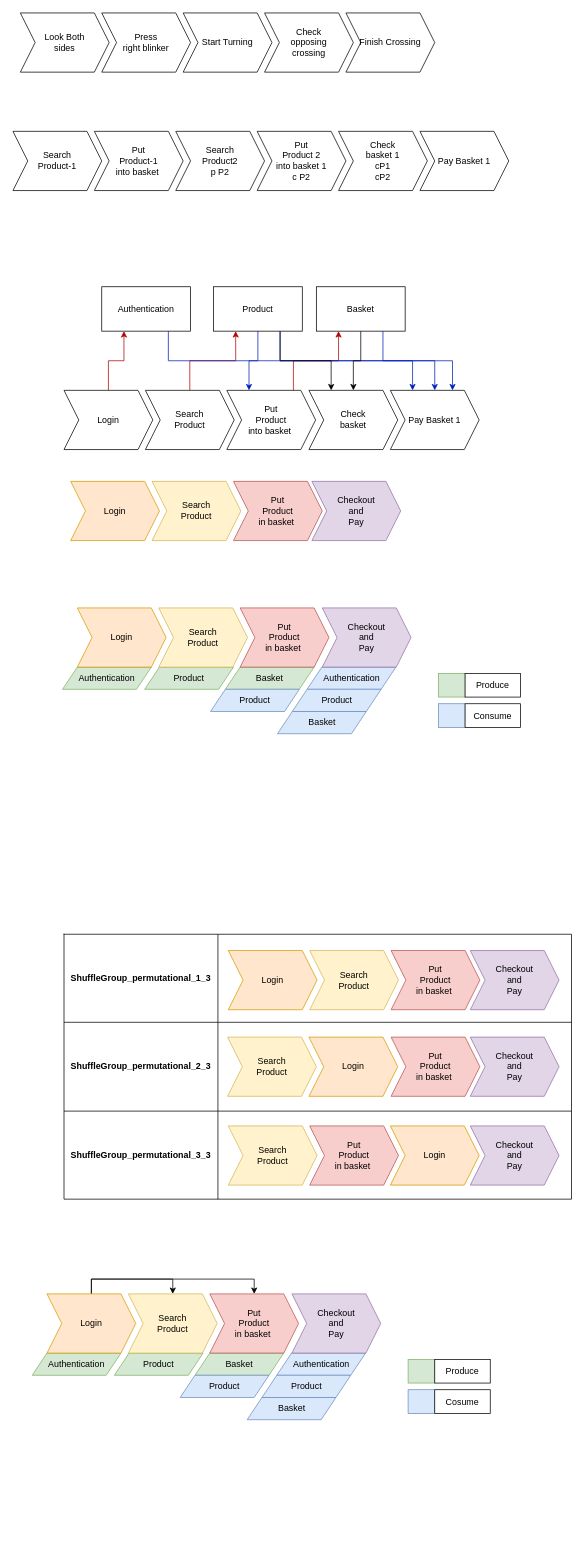
Above: page "PermutationsInAction" (16 of 16) of diagrams/PhasedDiagrams.drawio in adobe/phased-testing (draw.io), before the change. Source tidied: cells renumbered, new cells numbered last; positions are measured from the earlier drawing's top-left corner, leaving out a move shared by most shapes. Both pictures are drawn from the tidied source at 74%, with x=0, y=0 at pixel (13, 13).
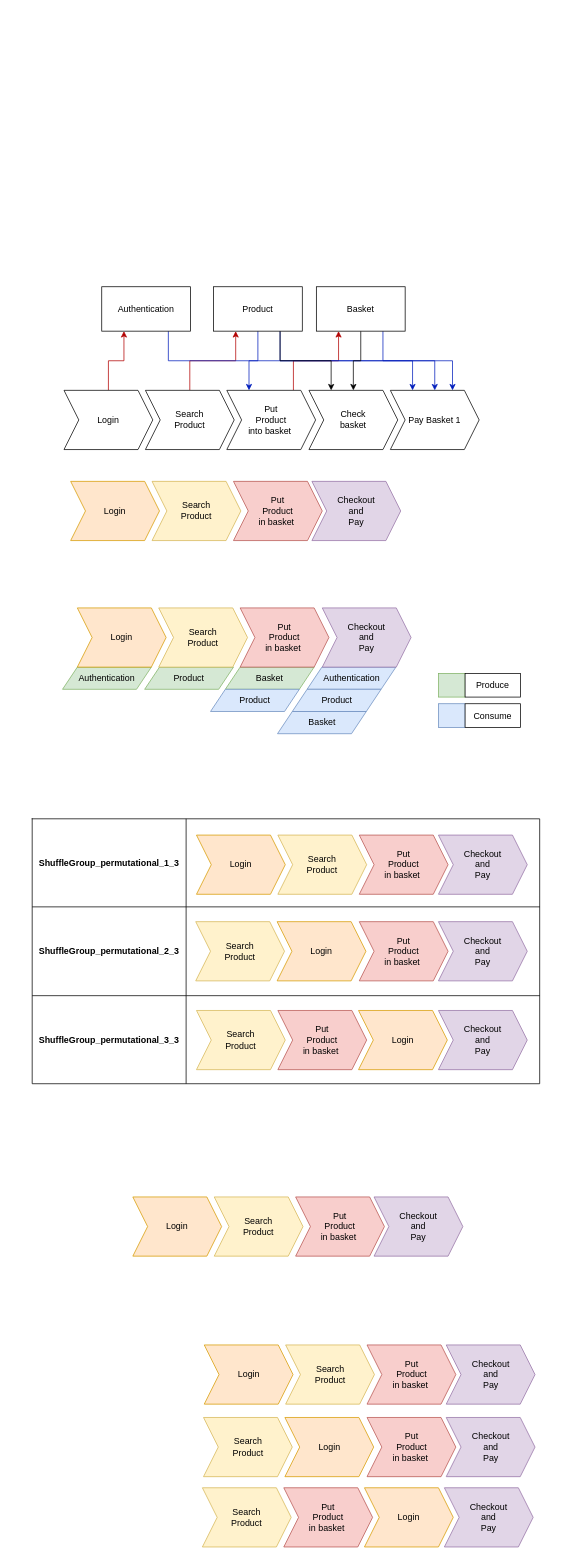
The same diagram, later.

What changed in the source:
```diff
@@
     <mxCell id="2" style="shape=table;html=1;whiteSpace=wrap;startSize=0;childLayout=tableLayout;" parent="1" vertex="1">
-      <mxGeometry x="69" y="1245" width="685.8" height="358" as="geometry" />
+      <mxGeometry x="26" y="1089" width="685.8" height="358" as="geometry" />
     </mxCell>
@@
-    <mxCell id="12" value="Look Both &lt;br&gt;sides" style="shape=step;perimeter=stepPerimeter;whiteSpace=wrap;html=1;fixedSize=1;" parent="1" vertex="1">
-      <mxGeometry x="10" width="120" height="80" as="geometry" />
-    </mxCell>
-    <mxCell id="13" value="Press &lt;br&gt;right blinker" style="shape=step;perimeter=stepPerimeter;whiteSpace=wrap;html=1;fixedSize=1;" parent="1" vertex="1">
-      <mxGeometry x="120" width="120" height="80" as="geometry" />
-    </mxCell>
-    <mxCell id="14" value="Start Turning" style="shape=step;perimeter=stepPerimeter;whiteSpace=wrap;html=1;fixedSize=1;" parent="1" vertex="1">
-      <mxGeometry x="230" width="120" height="80" as="geometry" />
-    </mxCell>
-    <mxCell id="15" value="Check &lt;br&gt;opposing &lt;br&gt;crossing" style="shape=step;perimeter=stepPerimeter;whiteSpace=wrap;html=1;fixedSize=1;" parent="1" vertex="1">
-      <mxGeometry x="340" width="120" height="80" as="geometry" />
-    </mxCell>
-    <mxCell id="16" value="Finish Crossing" style="shape=step;perimeter=stepPerimeter;whiteSpace=wrap;html=1;fixedSize=1;" parent="1" vertex="1">
-      <mxGeometry x="450" width="120" height="80" as="geometry" />
-    </mxCell>
-    <mxCell id="17" value="Search &lt;br&gt;Product-1" style="shape=step;perimeter=stepPerimeter;whiteSpace=wrap;html=1;fixedSize=1;" parent="1" vertex="1">
-      <mxGeometry y="160" width="120" height="80" as="geometry" />
-    </mxCell>
-    <mxCell id="18" value="Put &lt;br&gt;Product-1 &lt;br&gt;into&amp;nbsp;basket&amp;nbsp;" style="shape=step;perimeter=stepPerimeter;whiteSpace=wrap;html=1;fixedSize=1;" parent="1" vertex="1">
-      <mxGeometry x="110" y="160" width="120" height="80" as="geometry" />
-    </mxCell>
-    <mxCell id="19" value="Search &lt;br&gt;Product2&lt;br&gt;p P2" style="shape=step;perimeter=stepPerimeter;whiteSpace=wrap;html=1;fixedSize=1;" parent="1" vertex="1">
-      <mxGeometry x="220" y="160" width="120" height="80" as="geometry" />
-    </mxCell>
-    <mxCell id="20" value="Put &lt;br&gt;Product 2&lt;br&gt;into&amp;nbsp;basket 1&lt;br&gt;c P2" style="shape=step;perimeter=stepPerimeter;whiteSpace=wrap;html=1;fixedSize=1;" parent="1" vertex="1">
-      <mxGeometry x="330" y="160" width="120" height="80" as="geometry" />
-    </mxCell>
-    <mxCell id="21" value="Check &lt;br&gt;basket 1&lt;br&gt;cP1&lt;br&gt;cP2" style="shape=step;perimeter=stepPerimeter;whiteSpace=wrap;html=1;fixedSize=1;" parent="1" vertex="1">
-      <mxGeometry x="440" y="160" width="120" height="80" as="geometry" />
-    </mxCell>
-    <mxCell id="22" value="Pay Basket 1" style="shape=step;perimeter=stepPerimeter;whiteSpace=wrap;html=1;fixedSize=1;" parent="1" vertex="1">
-      <mxGeometry x="550" y="160" width="120" height="80" as="geometry" />
-    </mxCell>
@@
     <mxCell id="51" value="Login" style="shape=step;perimeter=stepPerimeter;whiteSpace=wrap;html=1;fixedSize=1;fillColor=#ffe6cc;strokeColor=#d79b00;" parent="1" vertex="1">
-      <mxGeometry x="291" y="1267" width="120" height="80" as="geometry" />
+      <mxGeometry x="248" y="1111" width="120" height="80" as="geometry" />
     </mxCell>
     <mxCell id="52" value="Put &lt;br&gt;Product&lt;br&gt;in basket&amp;nbsp;" style="shape=step;perimeter=stepPerimeter;whiteSpace=wrap;html=1;fixedSize=1;fillColor=#f8cecc;strokeColor=#b85450;" parent="1" vertex="1">
-      <mxGeometry x="511" y="1267" width="120" height="80" as="geometry" />
+      <mxGeometry x="468" y="1111" width="120" height="80" as="geometry" />
     </mxCell>
     <mxCell id="53" value="Checkout &lt;br&gt;and &lt;br&gt;Pay" style="shape=step;perimeter=stepPerimeter;whiteSpace=wrap;html=1;fixedSize=1;fillColor=#e1d5e7;strokeColor=#9673a6;" parent="1" vertex="1">
-      <mxGeometry x="618" y="1267" width="120" height="80" as="geometry" />
+      <mxGeometry x="575" y="1111" width="120" height="80" as="geometry" />
     </mxCell>
     <mxCell id="54" value="Search &lt;br&gt;Product" style="shape=step;perimeter=stepPerimeter;whiteSpace=wrap;html=1;fixedSize=1;fillColor=#fff2cc;strokeColor=#d6b656;" parent="1" vertex="1">
-      <mxGeometry x="401" y="1267" width="120" height="80" as="geometry" />
+      <mxGeometry x="358" y="1111" width="120" height="80" as="geometry" />
     </mxCell>
     <mxCell id="55" value="Login" style="shape=step;perimeter=stepPerimeter;whiteSpace=wrap;html=1;fixedSize=1;fillColor=#ffe6cc;strokeColor=#d79b00;" parent="1" vertex="1">
-      <mxGeometry x="400" y="1384" width="120" height="80" as="geometry" />
+      <mxGeometry x="357" y="1228" width="120" height="80" as="geometry" />
     </mxCell>
     <mxCell id="56" value="Put &lt;br&gt;Product&lt;br&gt;in basket&amp;nbsp;" style="shape=step;perimeter=stepPerimeter;whiteSpace=wrap;html=1;fixedSize=1;fillColor=#f8cecc;strokeColor=#b85450;" parent="1" vertex="1">
-      <mxGeometry x="511" y="1384" width="120" height="80" as="geometry" />
+      <mxGeometry x="468" y="1228" width="120" height="80" as="geometry" />
     </mxCell>
     <mxCell id="57" value="Checkout &lt;br&gt;and &lt;br&gt;Pay" style="shape=step;perimeter=stepPerimeter;whiteSpace=wrap;html=1;fixedSize=1;fillColor=#e1d5e7;strokeColor=#9673a6;" parent="1" vertex="1">
-      <mxGeometry x="618" y="1384" width="120" height="80" as="geometry" />
+      <mxGeometry x="575" y="1228" width="120" height="80" as="geometry" />
     </mxCell>
     <mxCell id="58" value="Search &lt;br&gt;Product" style="shape=step;perimeter=stepPerimeter;whiteSpace=wrap;html=1;fixedSize=1;fillColor=#fff2cc;strokeColor=#d6b656;" parent="1" vertex="1">
-      <mxGeometry x="290" y="1384" width="120" height="80" as="geometry" />
+      <mxGeometry x="247" y="1228" width="120" height="80" as="geometry" />
     </mxCell>
     <mxCell id="59" value="Checkout &lt;br&gt;and &lt;br&gt;Pay" style="shape=step;perimeter=stepPerimeter;whiteSpace=wrap;html=1;fixedSize=1;fillColor=#e1d5e7;strokeColor=#9673a6;" parent="1" vertex="1">
-      <mxGeometry x="618" y="1504" width="120" height="80" as="geometry" />
+      <mxGeometry x="575" y="1348" width="120" height="80" as="geometry" />
     </mxCell>
     <mxCell id="60" value="Put &lt;br&gt;Product&lt;br&gt;in basket&amp;nbsp;" style="shape=step;perimeter=stepPerimeter;whiteSpace=wrap;html=1;fixedSize=1;fillColor=#f8cecc;strokeColor=#b85450;" parent="1" vertex="1">
-      <mxGeometry x="401" y="1504" width="120" height="80" as="geometry" />
+      <mxGeometry x="358" y="1348" width="120" height="80" as="geometry" />
     </mxCell>
     <mxCell id="61" value="Search &lt;br&gt;Product" style="shape=step;perimeter=stepPerimeter;whiteSpace=wrap;html=1;fixedSize=1;fillColor=#fff2cc;strokeColor=#d6b656;" parent="1" vertex="1">
-      <mxGeometry x="291" y="1504" width="120" height="80" as="geometry" />
+      <mxGeometry x="248" y="1348" width="120" height="80" as="geometry" />
     </mxCell>
     <mxCell id="62" value="Login" style="shape=step;perimeter=stepPerimeter;whiteSpace=wrap;html=1;fixedSize=1;fillColor=#ffe6cc;strokeColor=#d79b00;" parent="1" vertex="1">
-      <mxGeometry x="510" y="1504" width="120" height="80" as="geometry" />
+      <mxGeometry x="467" y="1348" width="120" height="80" as="geometry" />
     </mxCell>
@@
-    <mxCell id="71" value="Authentication" style="shape=parallelogram;perimeter=parallelogramPerimeter;whiteSpace=wrap;html=1;fixedSize=1;fillColor=#d5e8d4;strokeColor=#82b366;" parent="1" vertex="1">
-      <mxGeometry x="26" y="1811" width="120" height="30" as="geometry" />
-    </mxCell>
-    <mxCell id="72" value="Product" style="shape=parallelogram;perimeter=parallelogramPerimeter;whiteSpace=wrap;html=1;fixedSize=1;fillColor=#d5e8d4;strokeColor=#82b366;" parent="1" vertex="1">
-      <mxGeometry x="137" y="1811" width="120" height="30" as="geometry" />
-    </mxCell>
-    <mxCell id="73" value="Basket" style="shape=parallelogram;perimeter=parallelogramPerimeter;whiteSpace=wrap;html=1;fixedSize=1;fillColor=#d5e8d4;strokeColor=#82b366;" parent="1" vertex="1">
-      <mxGeometry x="246" y="1811" width="120" height="30" as="geometry" />
-    </mxCell>
-    <mxCell id="74" value="Authentication" style="shape=parallelogram;perimeter=parallelogramPerimeter;whiteSpace=wrap;html=1;fixedSize=1;fillColor=#dae8fc;strokeColor=#6c8ebf;" parent="1" vertex="1">
-      <mxGeometry x="356.5" y="1811" width="120" height="30" as="geometry" />
-    </mxCell>
-    <mxCell id="75" value="Product" style="shape=parallelogram;perimeter=parallelogramPerimeter;whiteSpace=wrap;html=1;fixedSize=1;fillColor=#dae8fc;strokeColor=#6c8ebf;" parent="1" vertex="1">
-      <mxGeometry x="226" y="1841" width="120" height="30" as="geometry" />
-    </mxCell>
-    <mxCell id="76" value="Product" style="shape=parallelogram;perimeter=parallelogramPerimeter;whiteSpace=wrap;html=1;fixedSize=1;fillColor=#dae8fc;strokeColor=#6c8ebf;" parent="1" vertex="1">
-      <mxGeometry x="336.5" y="1841" width="120" height="30" as="geometry" />
-    </mxCell>
-    <mxCell id="77" value="Basket" style="shape=parallelogram;perimeter=parallelogramPerimeter;whiteSpace=wrap;html=1;fixedSize=1;fillColor=#dae8fc;strokeColor=#6c8ebf;" parent="1" vertex="1">
-      <mxGeometry x="316.5" y="1871" width="120" height="30" as="geometry" />
-    </mxCell>
-    <mxCell id="78" style="rounded=0;whiteSpace=wrap;html=1;fillColor=#d5e8d4;strokeColor=#82b366;" parent="1" vertex="1">
-      <mxGeometry x="534" y="1819.5" width="36" height="32" as="geometry" />
-    </mxCell>
-    <mxCell id="79" value="Produce" style="rounded=0;whiteSpace=wrap;html=1;" parent="1" vertex="1">
-      <mxGeometry x="570" y="1819.5" width="75" height="32" as="geometry" />
-    </mxCell>
-    <mxCell id="80" style="rounded=0;whiteSpace=wrap;html=1;fillColor=#dae8fc;strokeColor=#6c8ebf;" parent="1" vertex="1">
-      <mxGeometry x="534" y="1860.5" width="36" height="32" as="geometry" />
-    </mxCell>
-    <mxCell id="81" value="Cosume" style="rounded=0;whiteSpace=wrap;html=1;" parent="1" vertex="1">
-      <mxGeometry x="570" y="1860.5" width="75" height="32" as="geometry" />
-    </mxCell>
-    <mxCell id="82" style="edgeStyle=orthogonalEdgeStyle;rounded=0;jettySize=auto;html=1;exitX=0.5;exitY=0;exitDx=0;exitDy=0;entryX=0.5;entryY=0;entryDx=0;entryDy=0;" parent="1" edge="1" source="84" target="87">
-      <mxGeometry relative="1" as="geometry" />
-    </mxCell>
-    <mxCell id="83" style="edgeStyle=orthogonalEdgeStyle;rounded=0;jettySize=auto;html=1;exitX=0.5;exitY=0;exitDx=0;exitDy=0;entryX=0.5;entryY=0;entryDx=0;entryDy=0;" parent="1" edge="1" source="84" target="85">
-      <mxGeometry relative="1" as="geometry" />
-    </mxCell>
-    <mxCell id="84" value="Login" style="shape=step;perimeter=stepPerimeter;whiteSpace=wrap;html=1;fixedSize=1;fillColor=#ffe6cc;strokeColor=#d79b00;" parent="1" vertex="1">
-      <mxGeometry x="46" y="1731" width="120" height="80" as="geometry" />
-    </mxCell>
-    <mxCell id="85" value="Put &lt;br&gt;Product&lt;br&gt;in basket&amp;nbsp;" style="shape=step;perimeter=stepPerimeter;whiteSpace=wrap;html=1;fixedSize=1;fillColor=#f8cecc;strokeColor=#b85450;" parent="1" vertex="1">
-      <mxGeometry x="266" y="1731" width="120" height="80" as="geometry" />
-    </mxCell>
-    <mxCell id="86" value="Checkout &lt;br&gt;and &lt;br&gt;Pay" style="shape=step;perimeter=stepPerimeter;whiteSpace=wrap;html=1;fixedSize=1;fillColor=#e1d5e7;strokeColor=#9673a6;" parent="1" vertex="1">
-      <mxGeometry x="377" y="1731" width="120" height="80" as="geometry" />
-    </mxCell>
-    <mxCell id="87" value="Search &lt;br&gt;Product" style="shape=step;perimeter=stepPerimeter;whiteSpace=wrap;html=1;fixedSize=1;fillColor=#fff2cc;strokeColor=#d6b656;" parent="1" vertex="1">
-      <mxGeometry x="156" y="1731" width="120" height="80" as="geometry" />
-    </mxCell>
+    <mxCell id="88" value="Login" style="shape=step;perimeter=stepPerimeter;whiteSpace=wrap;html=1;fixedSize=1;fillColor=#ffe6cc;strokeColor=#d79b00;" parent="1" vertex="1">
+      <mxGeometry x="162" y="1600" width="120" height="80" as="geometry" />
+    </mxCell>
+    <mxCell id="89" value="Put &lt;br&gt;Product&lt;br&gt;in basket&amp;nbsp;" style="shape=step;perimeter=stepPerimeter;whiteSpace=wrap;html=1;fixedSize=1;fillColor=#f8cecc;strokeColor=#b85450;" parent="1" vertex="1">
+      <mxGeometry x="382" y="1600" width="120" height="80" as="geometry" />
+    </mxCell>
+    <mxCell id="90" value="Checkout &lt;br&gt;and &lt;br&gt;Pay" style="shape=step;perimeter=stepPerimeter;whiteSpace=wrap;html=1;fixedSize=1;fillColor=#e1d5e7;strokeColor=#9673a6;" parent="1" vertex="1">
+      <mxGeometry x="488" y="1600" width="120" height="80" as="geometry" />
+    </mxCell>
+    <mxCell id="91" value="Search &lt;br&gt;Product" style="shape=step;perimeter=stepPerimeter;whiteSpace=wrap;html=1;fixedSize=1;fillColor=#fff2cc;strokeColor=#d6b656;" parent="1" vertex="1">
+      <mxGeometry x="272" y="1600" width="120" height="80" as="geometry" />
+    </mxCell>
+    <mxCell id="92" value="Login" style="shape=step;perimeter=stepPerimeter;whiteSpace=wrap;html=1;fixedSize=1;fillColor=#ffe6cc;strokeColor=#d79b00;" parent="1" vertex="1">
+      <mxGeometry x="258.5" y="1800" width="120" height="80" as="geometry" />
+    </mxCell>
+    <mxCell id="93" value="Put &lt;br&gt;Product&lt;br&gt;in basket&amp;nbsp;" style="shape=step;perimeter=stepPerimeter;whiteSpace=wrap;html=1;fixedSize=1;fillColor=#f8cecc;strokeColor=#b85450;" parent="1" vertex="1">
+      <mxGeometry x="478.5" y="1800" width="120" height="80" as="geometry" />
+    </mxCell>
+    <mxCell id="94" value="Checkout &lt;br&gt;and &lt;br&gt;Pay" style="shape=step;perimeter=stepPerimeter;whiteSpace=wrap;html=1;fixedSize=1;fillColor=#e1d5e7;strokeColor=#9673a6;" parent="1" vertex="1">
+      <mxGeometry x="585.5" y="1800" width="120" height="80" as="geometry" />
+    </mxCell>
+    <mxCell id="95" value="Search &lt;br&gt;Product" style="shape=step;perimeter=stepPerimeter;whiteSpace=wrap;html=1;fixedSize=1;fillColor=#fff2cc;strokeColor=#d6b656;" parent="1" vertex="1">
+      <mxGeometry x="368.5" y="1800" width="120" height="80" as="geometry" />
+    </mxCell>
+    <mxCell id="96" value="Login" style="shape=step;perimeter=stepPerimeter;whiteSpace=wrap;html=1;fixedSize=1;fillColor=#ffe6cc;strokeColor=#d79b00;" parent="1" vertex="1">
+      <mxGeometry x="367.5" y="1898" width="120" height="80" as="geometry" />
+    </mxCell>
+    <mxCell id="97" value="Put &lt;br&gt;Product&lt;br&gt;in basket&amp;nbsp;" style="shape=step;perimeter=stepPerimeter;whiteSpace=wrap;html=1;fixedSize=1;fillColor=#f8cecc;strokeColor=#b85450;" parent="1" vertex="1">
+      <mxGeometry x="478.5" y="1898" width="120" height="80" as="geometry" />
+    </mxCell>
+    <mxCell id="98" value="Checkout &lt;br&gt;and &lt;br&gt;Pay" style="shape=step;perimeter=stepPerimeter;whiteSpace=wrap;html=1;fixedSize=1;fillColor=#e1d5e7;strokeColor=#9673a6;" parent="1" vertex="1">
+      <mxGeometry x="585.5" y="1898" width="120" height="80" as="geometry" />
+    </mxCell>
+    <mxCell id="99" value="Search &lt;br&gt;Product" style="shape=step;perimeter=stepPerimeter;whiteSpace=wrap;html=1;fixedSize=1;fillColor=#fff2cc;strokeColor=#d6b656;" parent="1" vertex="1">
+      <mxGeometry x="257.5" y="1898" width="120" height="80" as="geometry" />
+    </mxCell>
+    <mxCell id="100" value="Checkout &lt;br&gt;and &lt;br&gt;Pay" style="shape=step;perimeter=stepPerimeter;whiteSpace=wrap;html=1;fixedSize=1;fillColor=#e1d5e7;strokeColor=#9673a6;" parent="1" vertex="1">
+      <mxGeometry x="583" y="1993" width="120" height="80" as="geometry" />
+    </mxCell>
+    <mxCell id="101" value="Put &lt;br&gt;Product&lt;br&gt;in basket&amp;nbsp;" style="shape=step;perimeter=stepPerimeter;whiteSpace=wrap;html=1;fixedSize=1;fillColor=#f8cecc;strokeColor=#b85450;" parent="1" vertex="1">
+      <mxGeometry x="366" y="1993" width="120" height="80" as="geometry" />
+    </mxCell>
+    <mxCell id="102" value="Search &lt;br&gt;Product" style="shape=step;perimeter=stepPerimeter;whiteSpace=wrap;html=1;fixedSize=1;fillColor=#fff2cc;strokeColor=#d6b656;" parent="1" vertex="1">
+      <mxGeometry x="256" y="1993" width="120" height="80" as="geometry" />
+    </mxCell>
+    <mxCell id="103" value="Login" style="shape=step;perimeter=stepPerimeter;whiteSpace=wrap;html=1;fixedSize=1;fillColor=#ffe6cc;strokeColor=#d79b00;" parent="1" vertex="1">
+      <mxGeometry x="475" y="1993" width="120" height="80" as="geometry" />
+    </mxCell>
```
